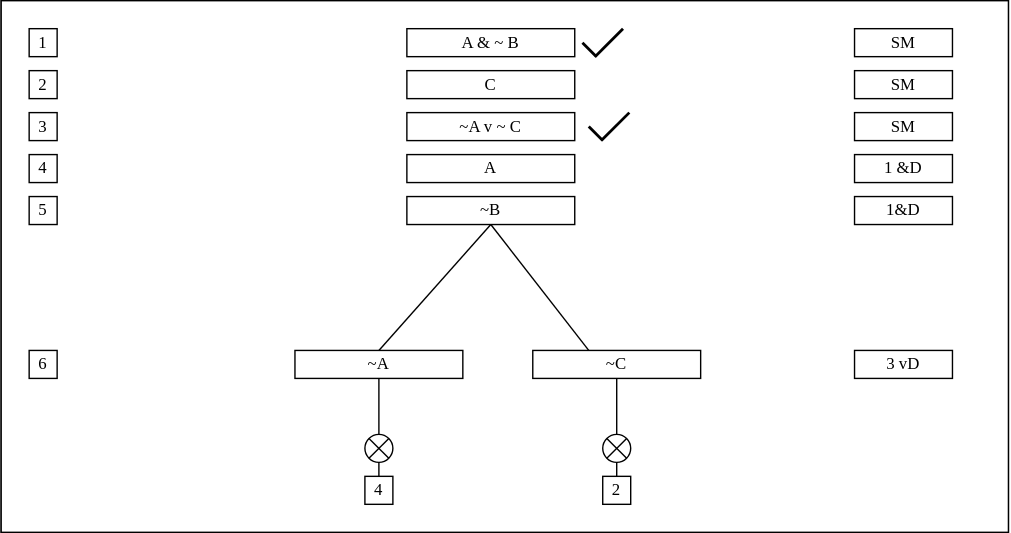
Before: basic-closed-tree.svg, a diagram exported from draw.io (thomasabishop/logic-diagrams). Source tidied: cells renumbered, new cells last; positions are measured from the earlier drawing's top-left corner, leaving out a move shared by most shapes.
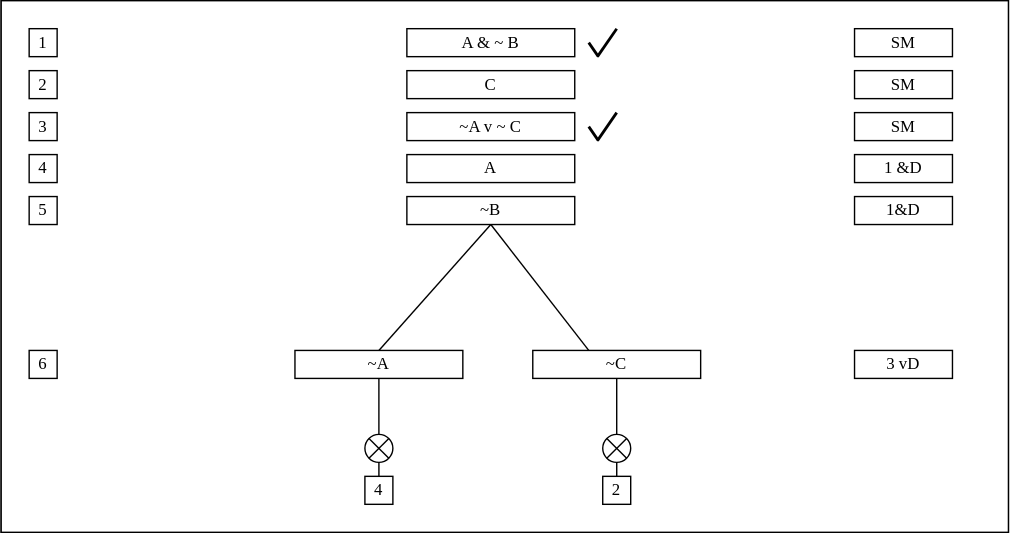
After the commit.

The edit, as a diff of the source:
```diff
@@ -210,32 +210,35 @@
     <mxCell id="63" value="2" style="rounded=0;whiteSpace=wrap;html=1;fontFamily=Lucida Console;fontStyle=0;" parent="1" vertex="1">
       <mxGeometry x="430" y="340" width="20" height="20" as="geometry" />
     </mxCell>
-    <mxCell id="64" style="group;fontStyle=0;" parent="1" vertex="1">
-      <mxGeometry x="415.5" y="20" width="29" height="20" as="geometry" />
-    </mxCell>
-    <mxCell id="65" style="endArrow=none;html=1;rounded=0;strokeWidth=2;fontStyle=0;" parent="64" edge="1">
-      <mxGeometry relative="1" as="geometry">
-        <mxPoint x="9" y="20" as="sourcePoint" />
-        <mxPoint x="29" as="targetPoint" />
-      </mxGeometry>
-    </mxCell>
-    <mxCell id="66" style="endArrow=none;html=1;rounded=0;strokeWidth=2;fontStyle=0;" parent="64" edge="1">
-      <mxGeometry relative="1" as="geometry">
-        <mxPoint y="10" as="sourcePoint" />
-        <mxPoint x="10" y="20" as="targetPoint" />
-      </mxGeometry>
-    </mxCell>
-    <mxCell id="67" style="endArrow=none;html=1;rounded=0;strokeWidth=2;fontStyle=0;" parent="1" edge="1">
-      <mxGeometry relative="1" as="geometry">
-        <mxPoint x="429" y="100" as="sourcePoint" />
-        <mxPoint x="449" y="80" as="targetPoint" />
-      </mxGeometry>
-    </mxCell>
-    <mxCell id="68" style="endArrow=none;html=1;rounded=0;strokeWidth=2;fontStyle=0;" parent="1" edge="1">
-      <mxGeometry relative="1" as="geometry">
-        <mxPoint x="420" y="90" as="sourcePoint" />
-        <mxPoint x="430" y="100" as="targetPoint" />
-      </mxGeometry>
-    </mxCell>
+    <mxCell id="69" style="group;fontStyle=0;" parent="1" vertex="1">
+      <mxGeometry x="420" y="20" width="20" height="20" as="geometry" />
+    </mxCell>
+    <mxCell id="70" style="endArrow=none;html=1;rounded=0;strokeWidth=2;fontStyle=0;" parent="69" edge="1">
+      <mxGeometry relative="1" as="geometry">
+        <mxPoint x="6.2" y="20" as="sourcePoint" />
+        <mxPoint x="20" as="targetPoint" />
+      </mxGeometry>
+    </mxCell>
+    <mxCell id="71" style="endArrow=none;html=1;rounded=0;strokeWidth=2;fontStyle=0;" parent="69" edge="1">
+      <mxGeometry relative="1" as="geometry">
+        <mxPoint y="10" as="sourcePoint" />
+        <mxPoint x="6.9" y="20" as="targetPoint" />
+      </mxGeometry>
+    </mxCell>
+    <mxCell id="72" style="group;fontStyle=0;" parent="1" vertex="1">
+      <mxGeometry x="420" y="80" width="20" height="20" as="geometry" />
+    </mxCell>
+    <mxCell id="73" style="endArrow=none;html=1;rounded=0;strokeWidth=2;fontStyle=0;" parent="72" edge="1">
+      <mxGeometry relative="1" as="geometry">
+        <mxPoint x="6.2" y="20" as="sourcePoint" />
+        <mxPoint x="20" as="targetPoint" />
+      </mxGeometry>
+    </mxCell>
+    <mxCell id="74" style="endArrow=none;html=1;rounded=0;strokeWidth=2;fontStyle=0;" parent="72" edge="1">
+      <mxGeometry relative="1" as="geometry">
+        <mxPoint y="10" as="sourcePoint" />
+        <mxPoint x="6.9" y="20" as="targetPoint" />
+      </mxGeometry>
+    </mxCell>
   </root>
 </mxGraphModel>
```
